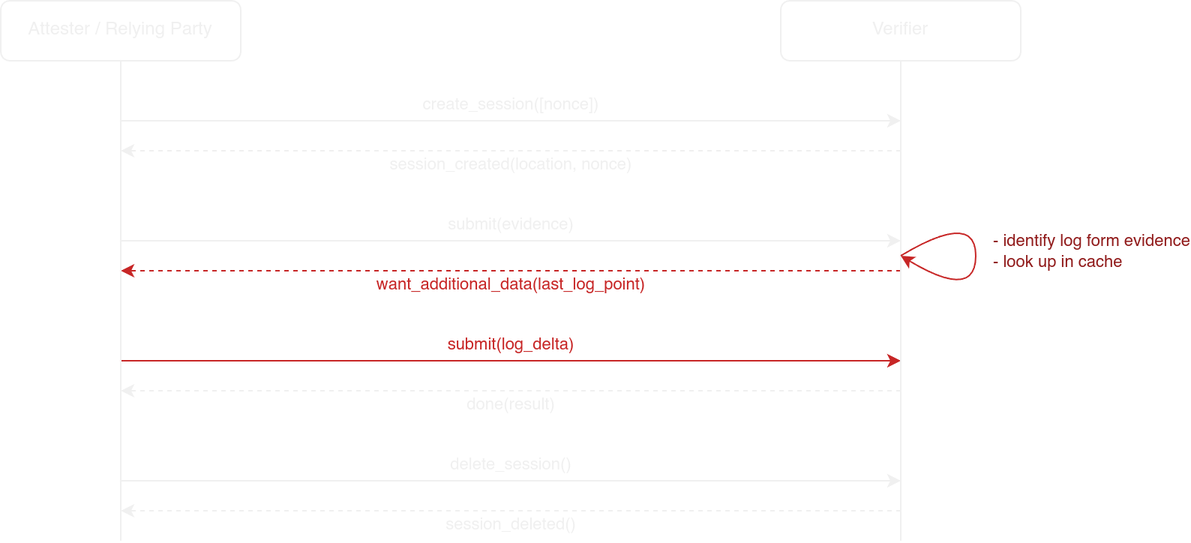
Earlier version of the draw.io export images/verif-flow-log-option2.png (setrofim/veraison-event-log-slides). Source tidied: cells renumbered, new cells last; positions are measured from the earlier drawing's top-left corner, leaving out a move shared by most shapes. Source of this version:
```xml
<mxGraphModel>
  <root>
    <mxCell id="0" />
    <mxCell id="1" parent="0" />
    <mxCell id="2" value="create_session([nonce])" style="endArrow=classic;html=1;rounded=0;labelBackgroundColor=none;" parent="1" edge="1">
      <mxGeometry y="10" relative="1" as="geometry">
        <mxPoint x="80" y="80" as="sourcePoint" />
        <mxPoint x="600" y="80" as="targetPoint" />
      </mxGeometry>
    </mxCell>
    <mxCell id="3" value="session_created(location, nonce)" style="endArrow=classic;html=1;rounded=0;dashed=1;labelBackgroundColor=none;" parent="1" edge="1">
      <mxGeometry y="10" relative="1" as="geometry">
        <mxPoint x="600" y="100" as="sourcePoint" />
        <mxPoint x="80" y="100" as="targetPoint" />
      </mxGeometry>
    </mxCell>
    <mxCell id="4" value="submit(evidence)" style="endArrow=classic;html=1;rounded=0;labelBackgroundColor=none;" parent="1" edge="1">
      <mxGeometry y="10" relative="1" as="geometry">
        <mxPoint x="80" y="160" as="sourcePoint" />
        <mxPoint x="600" y="160" as="targetPoint" />
      </mxGeometry>
    </mxCell>
    <mxCell id="5" value="&lt;font&gt;want_additional_data(last_log_point)&lt;/font&gt;" style="endArrow=classic;html=1;rounded=0;dashed=1;labelBackgroundColor=none;strokeColor=#C72626;fontColor=#C72626;" parent="1" edge="1">
      <mxGeometry y="10" relative="1" as="geometry">
        <mxPoint x="600" y="180" as="sourcePoint" />
        <mxPoint x="80" y="180" as="targetPoint" />
      </mxGeometry>
    </mxCell>
    <mxCell id="6" value="delete_session()" style="endArrow=classic;html=1;rounded=0;labelBackgroundColor=none;" parent="1" edge="1">
      <mxGeometry y="10" relative="1" as="geometry">
        <mxPoint x="80" y="320" as="sourcePoint" />
        <mxPoint x="600" y="320" as="targetPoint" />
      </mxGeometry>
    </mxCell>
    <mxCell id="7" value="session_deleted()" style="endArrow=classic;html=1;rounded=0;dashed=1;labelBackgroundColor=none;" parent="1" edge="1">
      <mxGeometry y="10" relative="1" as="geometry">
        <mxPoint x="600" y="340" as="sourcePoint" />
        <mxPoint x="80" y="340" as="targetPoint" />
      </mxGeometry>
    </mxCell>
    <mxCell id="8" value="submit(log_delta)" style="endArrow=classic;html=1;rounded=0;labelBackgroundColor=none;strokeColor=#C72626;fontColor=#C72626;" parent="1" edge="1">
      <mxGeometry y="10" relative="1" as="geometry">
        <mxPoint x="80" y="240" as="sourcePoint" />
        <mxPoint x="600" y="240" as="targetPoint" />
      </mxGeometry>
    </mxCell>
    <mxCell id="9" value="Verifier" style="rounded=1;whiteSpace=wrap;html=1;fillColor=none;" parent="1" vertex="1">
      <mxGeometry x="520" width="160" height="40" as="geometry" />
    </mxCell>
    <mxCell id="10" style="endArrow=none;html=1;rounded=0;entryX=0.5;entryY=1;entryDx=0;entryDy=0;" parent="1" edge="1" target="9">
      <mxGeometry relative="1" as="geometry">
        <mxPoint x="600" y="360" as="sourcePoint" />
      </mxGeometry>
    </mxCell>
    <mxCell id="11" style="curved=1;endArrow=classic;html=1;rounded=0;strokeColor=#C72626;fontColor=#C72626;" parent="1" edge="1">
      <mxGeometry relative="1" as="geometry">
        <mxPoint x="600" y="170" as="sourcePoint" />
        <mxPoint x="600" y="170" as="targetPoint" />
        <Array as="points">
          <mxPoint x="650" y="140" />
          <mxPoint x="650" y="200" />
        </Array>
      </mxGeometry>
    </mxCell>
    <mxCell id="12" value="- identify log form evidence&lt;div&gt;- look up in cache&lt;/div&gt;" style="edgeLabel;html=1;align=left;verticalAlign=middle;fontColor=#911C1C;labelBackgroundColor=none;" parent="11" vertex="1">
      <mxGeometry x="0.81" y="-1" relative="1" as="geometry">
        <mxPoint x="45" y="-10" as="offset" />
      </mxGeometry>
    </mxCell>
    <mxCell id="13" value="Attester / Relying Party" style="rounded=1;whiteSpace=wrap;html=1;fillColor=none;" parent="1" vertex="1">
      <mxGeometry width="160" height="40" as="geometry" />
    </mxCell>
    <mxCell id="14" style="endArrow=none;html=1;rounded=0;entryX=0.5;entryY=1;entryDx=0;entryDy=0;" parent="1" edge="1" target="13">
      <mxGeometry relative="1" as="geometry">
        <mxPoint x="80" y="360" as="sourcePoint" />
      </mxGeometry>
    </mxCell>
    <mxCell id="15" value="done(result)" style="endArrow=classic;html=1;rounded=0;dashed=1;labelBackgroundColor=none;" parent="1" edge="1">
      <mxGeometry y="10" relative="1" as="geometry">
        <mxPoint x="600" y="260" as="sourcePoint" />
        <mxPoint x="80" y="260" as="targetPoint" />
      </mxGeometry>
    </mxCell>
  </root>
</mxGraphModel>
```
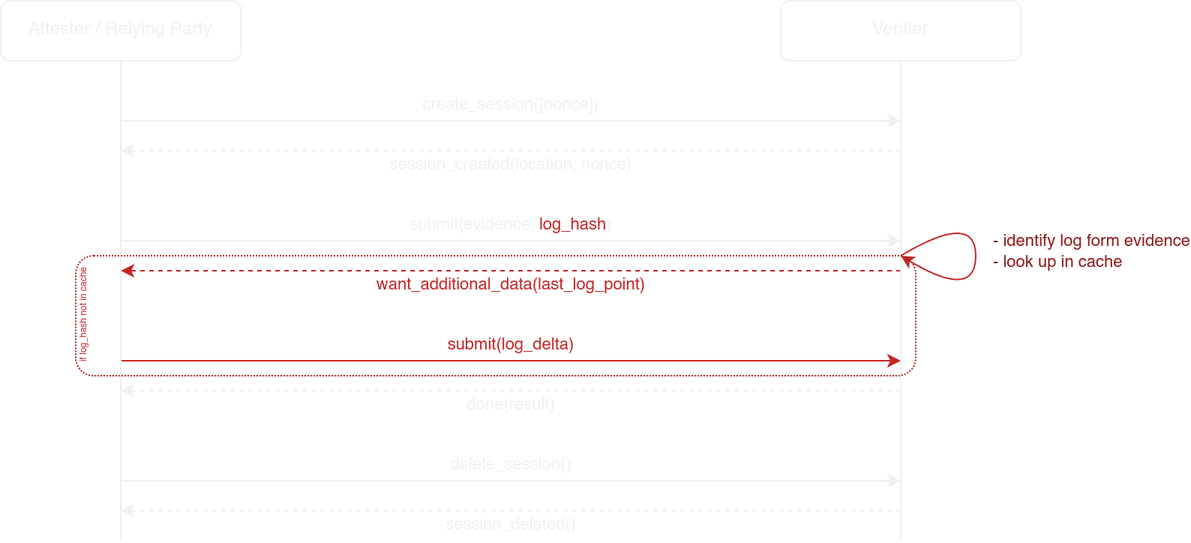
After the commit.

Commit message:
Add log_hash optimisation to options 2 and 3

What changed in the source:
```diff
@@ -14,7 +14,7 @@
         <mxPoint x="80" y="100" as="targetPoint" />
       </mxGeometry>
     </mxCell>
-    <mxCell id="4" value="submit(evidence)" style="endArrow=classic;html=1;rounded=0;labelBackgroundColor=none;" parent="1" edge="1">
+    <mxCell id="4" value="submit(evidence, &lt;font color=&quot;#c72626&quot;&gt;log_hash&lt;/font&gt;)" style="endArrow=classic;html=1;rounded=0;labelBackgroundColor=none;" parent="1" edge="1">
       <mxGeometry y="10" relative="1" as="geometry">
         <mxPoint x="80" y="160" as="sourcePoint" />
         <mxPoint x="600" y="160" as="targetPoint" />
@@ -81,5 +81,11 @@
         <mxPoint x="80" y="260" as="targetPoint" />
       </mxGeometry>
     </mxCell>
+    <mxCell id="16" style="rounded=1;whiteSpace=wrap;html=1;fillColor=none;dashed=1;strokeColor=#AD2121;dashPattern=1 1;" parent="1" vertex="1">
+      <mxGeometry x="50" y="170" width="560" height="80" as="geometry" />
+    </mxCell>
+    <mxCell id="17" value="if log_hash not in cache" style="text;html=1;align=center;verticalAlign=middle;whiteSpace=wrap;rounded=0;fontColor=#C72626;fontSize=6;rotation=-90;" parent="1" vertex="1">
+      <mxGeometry x="20" y="210" width="70" as="geometry" />
+    </mxCell>
   </root>
 </mxGraphModel>
```
